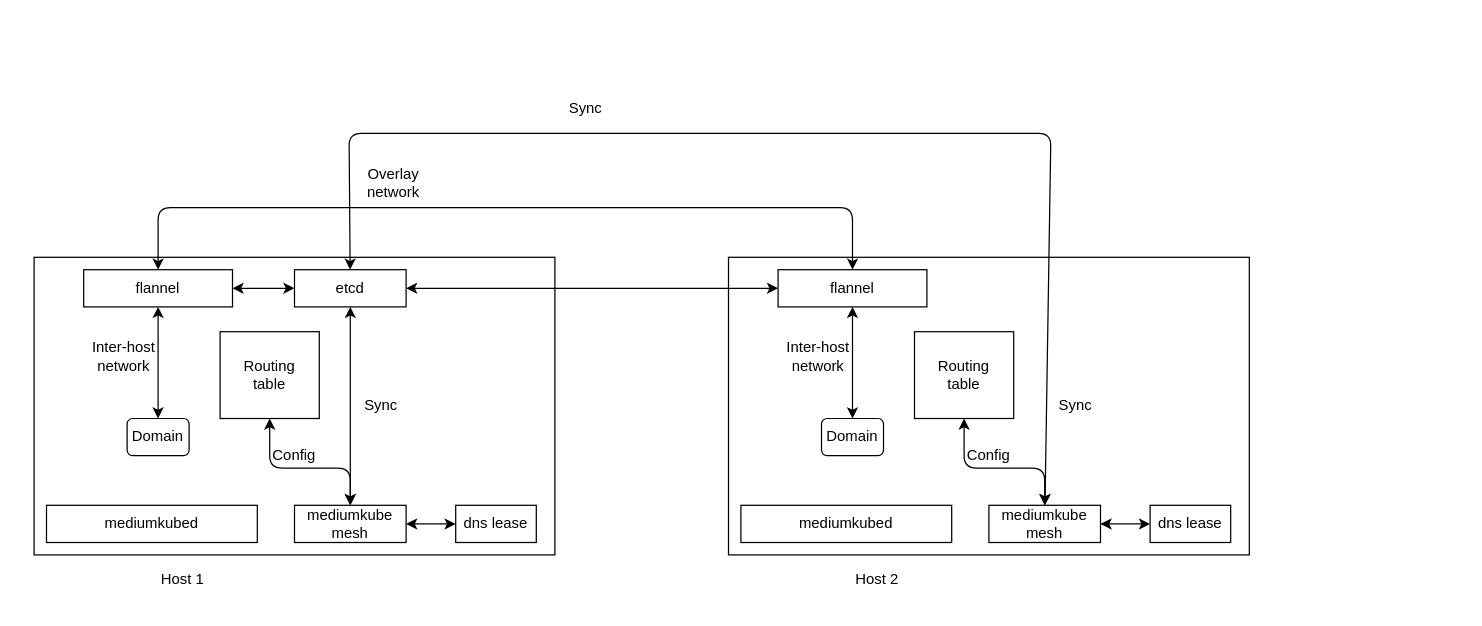
6BD-org/mediumkube keeps this draw.io diagram as docs/mediumkube-mesh/mesh.drawio. Above is the earlier version. Source tidied: cells renumbered, new cells numbered last; positions are measured from the earlier drawing's top-left corner, leaving out a move shared by most shapes. Both pictures are drawn from the tidied source at 124%, with x=0, y=0 at pixel (33, 95).
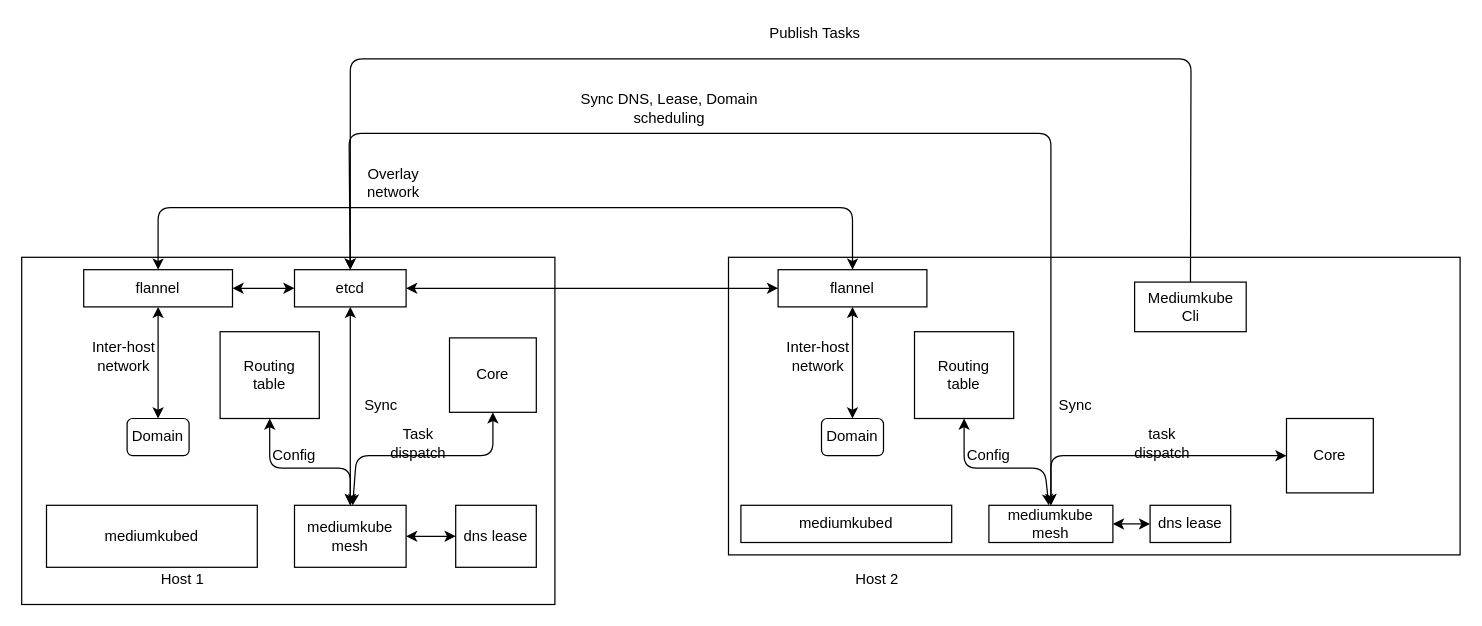
Above is the later version.

The change refers to these unchanged cells:
```xml
<mxCell id="4" value="etcd" style="rounded=0;whiteSpace=wrap;html=1;" parent="1" vertex="1">
  <mxGeometry x="210" y="140" width="90" height="30" as="geometry" />
</mxCell>
```

Change to the diagram source:
```diff
@@
     <mxCell id="2" style="rounded=0;whiteSpace=wrap;html=1;" parent="1" vertex="1">
-      <mxGeometry y="130" width="420" height="240" as="geometry" />
+      <mxGeometry x="-10" y="130" width="430" height="280" as="geometry" />
     </mxCell>
@@
     <mxCell id="6" value="mediumkubed" style="rounded=0;whiteSpace=wrap;html=1;" parent="1" vertex="1">
-      <mxGeometry x="10" y="330" width="170" height="30" as="geometry" />
+      <mxGeometry x="10" y="330" width="170" height="50" as="geometry" />
     </mxCell>
     <mxCell id="7" value="mediumkube mesh" style="rounded=0;whiteSpace=wrap;html=1;" parent="1" vertex="1">
-      <mxGeometry x="210" y="330" width="90" height="30" as="geometry" />
+      <mxGeometry x="210" y="330" width="90" height="50" as="geometry" />
     </mxCell>
@@
     <mxCell id="17" style="rounded=0;whiteSpace=wrap;html=1;" parent="1" vertex="1">
-      <mxGeometry x="560" y="130" width="420" height="240" as="geometry" />
+      <mxGeometry x="560" y="130" width="590" height="240" as="geometry" />
     </mxCell>
@@
     <mxCell id="21" value="mediumkube mesh" style="rounded=0;whiteSpace=wrap;html=1;" parent="1" vertex="1">
-      <mxGeometry x="770" y="330" width="90" height="30" as="geometry" />
+      <mxGeometry x="770" y="330" width="100" height="30" as="geometry" />
     </mxCell>
@@
-    <mxCell id="31" value="Sync" style="text;html=1;strokeColor=none;fillColor=none;align=center;verticalAlign=middle;whiteSpace=wrap;rounded=0;" parent="1" vertex="1">
-      <mxGeometry x="425" width="40" height="20" as="geometry" />
+    <mxCell id="31" value="Sync DNS, Lease, Domain scheduling" style="text;html=1;strokeColor=none;fillColor=none;align=center;verticalAlign=middle;whiteSpace=wrap;rounded=0;" parent="1" vertex="1">
+      <mxGeometry x="425" width="175" height="20" as="geometry" />
     </mxCell>
@@
     <mxCell id="34" value="dns lease" style="rounded=0;whiteSpace=wrap;html=1;" parent="1" vertex="1">
-      <mxGeometry x="340" y="330" width="65" height="30" as="geometry" />
+      <mxGeometry x="340" y="330" width="65" height="50" as="geometry" />
     </mxCell>
@@
+    <mxCell id="38" value="Mediumkube&lt;br&gt;Cli" style="rounded=0;whiteSpace=wrap;html=1;" parent="1" vertex="1">
+      <mxGeometry x="887.5" y="150" width="90" height="40" as="geometry" />
+    </mxCell>
+    <mxCell id="39" value="Core" style="rounded=0;whiteSpace=wrap;html=1;" parent="1" vertex="1">
+      <mxGeometry x="335" y="195" width="70" height="60" as="geometry" />
+    </mxCell>
+    <mxCell id="40" value="Core" style="rounded=0;whiteSpace=wrap;html=1;" parent="1" vertex="1">
+      <mxGeometry x="1010" y="260" width="70" height="60" as="geometry" />
+    </mxCell>
+    <mxCell id="41" style="endArrow=classic;startArrow=classic;html=1;" parent="1" edge="1" source="7" target="39">
+      <mxGeometry relative="1" as="geometry">
+        <Array as="points">
+          <mxPoint x="260" y="290" />
+          <mxPoint x="370" y="290" />
+        </Array>
+      </mxGeometry>
+    </mxCell>
+    <mxCell id="42" value="Task dispatch" style="text;html=1;strokeColor=none;fillColor=none;align=center;verticalAlign=middle;whiteSpace=wrap;rounded=0;" parent="1" vertex="1">
+      <mxGeometry x="290" y="270" width="40" height="20" as="geometry" />
+    </mxCell>
+    <mxCell id="43" style="endArrow=classic;startArrow=classic;html=1;" parent="1" edge="1" source="21" target="40">
+      <mxGeometry relative="1" as="geometry">
+        <Array as="points">
+          <mxPoint x="820" y="290" />
+        </Array>
+      </mxGeometry>
+    </mxCell>
+    <mxCell id="44" value="task dispatch" style="text;html=1;strokeColor=none;fillColor=none;align=center;verticalAlign=middle;whiteSpace=wrap;rounded=0;" parent="1" vertex="1">
+      <mxGeometry x="890" y="270" width="40" height="20" as="geometry" />
+    </mxCell>
+    <mxCell id="45" style="endArrow=classic;html=1;" parent="1" edge="1" source="38" target="4">
+      <mxGeometry relative="1" as="geometry">
+        <Array as="points">
+          <mxPoint x="933" y="-30" />
+          <mxPoint x="255" y="-30" />
+        </Array>
+      </mxGeometry>
+    </mxCell>
+    <mxCell id="46" value="Publish Tasks" style="text;html=1;strokeColor=none;fillColor=none;align=center;verticalAlign=middle;whiteSpace=wrap;rounded=0;" parent="1" vertex="1">
+      <mxGeometry x="580" y="-60" width="100" height="20" as="geometry" />
+    </mxCell>
```
